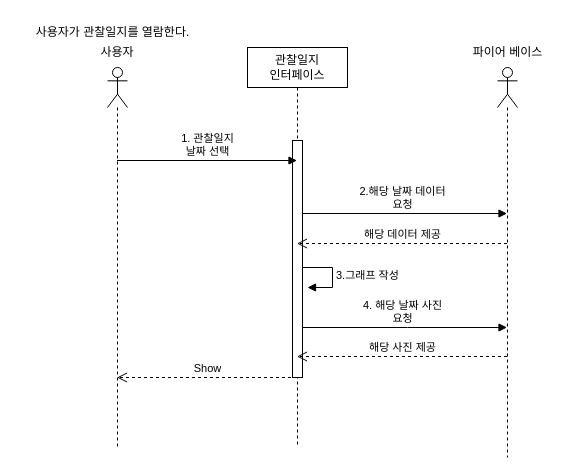
The draw.io diagram 과제/5주차/시퀀스 다이어그램/diary_sqd.drawio in sonmyungwon/Software-Development, before the edit. Source tidied: cells renumbered, new cells numbered last; positions are measured from the earlier drawing's top-left corner, leaving out a move shared by most shapes. Both pictures are drawn from the tidied source at 100%, with x=0, y=0 at pixel (17, 17).
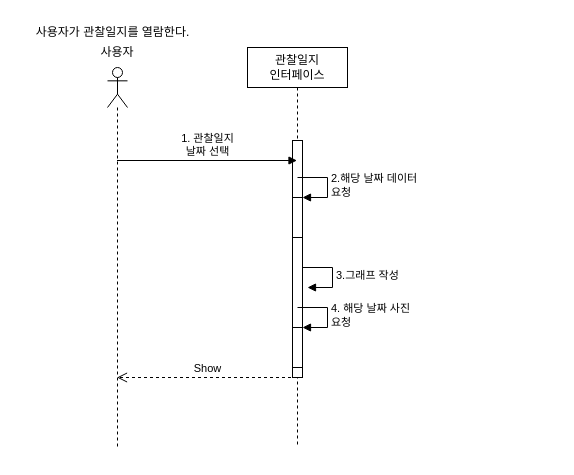
The same diagram, later.

Unchanged cells that the change refers to:
```xml
<mxCell id="4" value="관찰일지&lt;br&gt;인터페이스" style="shape=umlLifeline;perimeter=lifelinePerimeter;whiteSpace=wrap;html=1;outlineConnect=0;" parent="1" vertex="1">
  <mxGeometry x="230" y="30" width="100" height="400" as="geometry" />
</mxCell>
```

The edit, as a diff of the source:
```diff
@@
-    <mxCell id="2" value="2.해당 날짜 데이터&lt;br&gt;요청" style="html=1;verticalAlign=bottom;endArrow=block;rounded=0;" parent="1" edge="1" source="4">
-      <mxGeometry relative="1" as="geometry">
-        <mxPoint x="489.5" y="196" as="targetPoint" />
-      </mxGeometry>
-    </mxCell>
-    <mxCell id="3" value="4. 해당 날짜 사진&lt;br&gt;요청" style="html=1;verticalAlign=bottom;endArrow=block;rounded=0;" parent="1" edge="1" source="4" target="14">
-      <mxGeometry relative="1" as="geometry">
-        <Array as="points">
-          <mxPoint x="390" y="310" />
-        </Array>
-      </mxGeometry>
-    </mxCell>
@@
+    <mxCell id="16" style="html=1;points=[];perimeter=orthogonalPerimeter;" parent="4" vertex="1">
+      <mxGeometry x="45" y="150" width="10" height="40" as="geometry" />
+    </mxCell>
+    <mxCell id="2" value="&lt;span style=&quot;text-align: center;&quot;&gt;2.해당 날짜 데이터&lt;/span&gt;&lt;br style=&quot;border-color: var(--border-color); text-align: center;&quot;&gt;&lt;span style=&quot;text-align: center;&quot;&gt;요청&lt;/span&gt;" style="edgeStyle=orthogonalEdgeStyle;html=1;align=left;spacingLeft=2;endArrow=block;rounded=0;entryX=1;entryY=0;" parent="4" edge="1" target="16">
+      <mxGeometry relative="1" as="geometry">
+        <mxPoint x="50" y="130" as="sourcePoint" />
+        <Array as="points">
+          <mxPoint x="80" y="130" />
+        </Array>
+      </mxGeometry>
+    </mxCell>
+    <mxCell id="17" style="html=1;points=[];perimeter=orthogonalPerimeter;" parent="4" vertex="1">
+      <mxGeometry x="45" y="280" width="10" height="40" as="geometry" />
+    </mxCell>
+    <mxCell id="3" value="&lt;span style=&quot;text-align: center;&quot;&gt;4. 해당 날짜 사진&lt;/span&gt;&lt;br style=&quot;border-color: var(--border-color); text-align: center;&quot;&gt;&lt;span style=&quot;text-align: center;&quot;&gt;요청&lt;/span&gt;" style="edgeStyle=orthogonalEdgeStyle;html=1;align=left;spacingLeft=2;endArrow=block;rounded=0;entryX=1;entryY=0;" parent="4" edge="1" target="17">
+      <mxGeometry relative="1" as="geometry">
+        <mxPoint x="50" y="260" as="sourcePoint" />
+        <Array as="points">
+          <mxPoint x="80" y="260" />
+        </Array>
+      </mxGeometry>
+    </mxCell>
@@
-    <mxCell id="8" value="해당 데이터 제공" style="html=1;verticalAlign=bottom;endArrow=open;dashed=1;endSize=8;rounded=0;" parent="1" edge="1" target="4">
-      <mxGeometry relative="1" as="geometry">
-        <mxPoint x="489.5" y="226" as="sourcePoint" />
-      </mxGeometry>
-    </mxCell>
@@
-    <mxCell id="11" value="해당 사진 제공" style="html=1;verticalAlign=bottom;endArrow=open;dashed=1;endSize=8;rounded=0;" parent="1" edge="1">
-      <mxGeometry relative="1" as="geometry">
-        <mxPoint x="489.5" y="339" as="sourcePoint" />
-        <mxPoint x="279.5" y="339" as="targetPoint" />
-        <Array as="points">
-          <mxPoint x="400" y="339" />
-        </Array>
-      </mxGeometry>
-    </mxCell>
@@
-    <mxCell id="14" style="shape=umlLifeline;participant=umlActor;perimeter=lifelinePerimeter;whiteSpace=wrap;html=1;verticalAlign=top;spacingTop=36;outlineConnect=0;" parent="1" vertex="1">
-      <mxGeometry x="480" y="50" width="20" height="390" as="geometry" />
-    </mxCell>
-    <mxCell id="15" value="파이어 베이스" style="text;html=1;align=center;verticalAlign=middle;strokeColor=none;fillColor=none;" parent="1" vertex="1">
-      <mxGeometry x="440" y="20" width="100" height="30" as="geometry" />
-    </mxCell>
```
